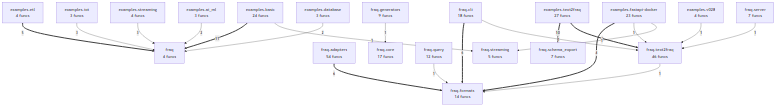
Earlier version of the Mermaid export project/compact_flow.png (wronai/fraq). Its source is kept beside it as project/compact_flow.mmd.
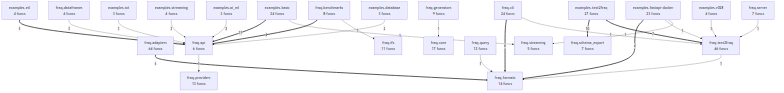
Later version of the same file.

The edit, as a diff of the source:
```diff
@@ -8,34 +8,42 @@
     examples_streaming["examples.streaming<br/>4 funcs"]
     examples_text2fraq["examples.text2fraq<br/>27 funcs"]
     examples_v028["examples.v028<br/>4 funcs"]
-    fraq["fraq<br/>4 funcs"]
-    fraq_adapters["fraq.adapters<br/>54 funcs"]
-    fraq_cli["fraq.cli<br/>18 funcs"]
+    fraq_adapters["fraq.adapters<br/>64 funcs"]
+    fraq_api["fraq.api<br/>6 funcs"]
+    fraq_benchmarks["fraq.benchmarks<br/>8 funcs"]
+    fraq_cli["fraq.cli<br/>24 funcs"]
     fraq_core["fraq.core<br/>17 funcs"]
+    fraq_dataframes["fraq.dataframes<br/>4 funcs"]
     fraq_formats["fraq.formats<br/>14 funcs"]
     fraq_generators["fraq.generators<br/>9 funcs"]
+    fraq_ifs["fraq.ifs<br/>11 funcs"]
+    fraq_providers["fraq.providers<br/>13 funcs"]
     fraq_query["fraq.query<br/>12 funcs"]
     fraq_schema_export["fraq.schema_export<br/>7 funcs"]
     fraq_server["fraq.server<br/>7 funcs"]
     fraq_streaming["fraq.streaming<br/>5 funcs"]
     fraq_text2fraq["fraq.text2fraq<br/>46 funcs"]
-    examples_basic ==>|11| fraq
+    examples_basic ==>|11| fraq_api
     examples_text2fraq ==>|10| fraq_schema_export
     examples_text2fraq ==>|7| fraq_text2fraq
     fraq_cli ==>|6| fraq_formats
     fraq_adapters ==>|6| fraq_formats
-    examples_etl ==>|5| fraq
+    examples_etl ==>|5| fraq_api
+    fraq_benchmarks ==>|4| fraq_api
     examples_fastapi_docker ==>|4| fraq_formats
-    examples_iot -->|3| fraq
-    examples_streaming -->|3| fraq
-    examples_ai_ml -->|2| fraq
-    examples_database -->|2| fraq
+    fraq_dataframes -->|3| fraq_api
+    examples_iot -->|3| fraq_api
+    examples_streaming -->|3| fraq_api
+    examples_ai_ml -->|2| fraq_api
+    examples_database -->|2| fraq_api
     fraq_cli -->|1| fraq_text2fraq
+    fraq_api -->|1| fraq_providers
+    fraq_benchmarks -->|1| fraq_ifs
     fraq_generators -->|1| fraq_core
     fraq_query -->|1| fraq_formats
+    examples_v028 -->|1| fraq_text2fraq
+    examples_basic -->|1| fraq_streaming
     examples_fastapi_docker -->|1| fraq_text2fraq
     examples_fastapi_docker -->|1| fraq_streaming
-    examples_basic -->|1| fraq_streaming
     fraq_text2fraq -->|1| fraq_formats
-    examples_v028 -->|1| fraq_text2fraq
     fraq_server -->|1| fraq_text2fraq
```
